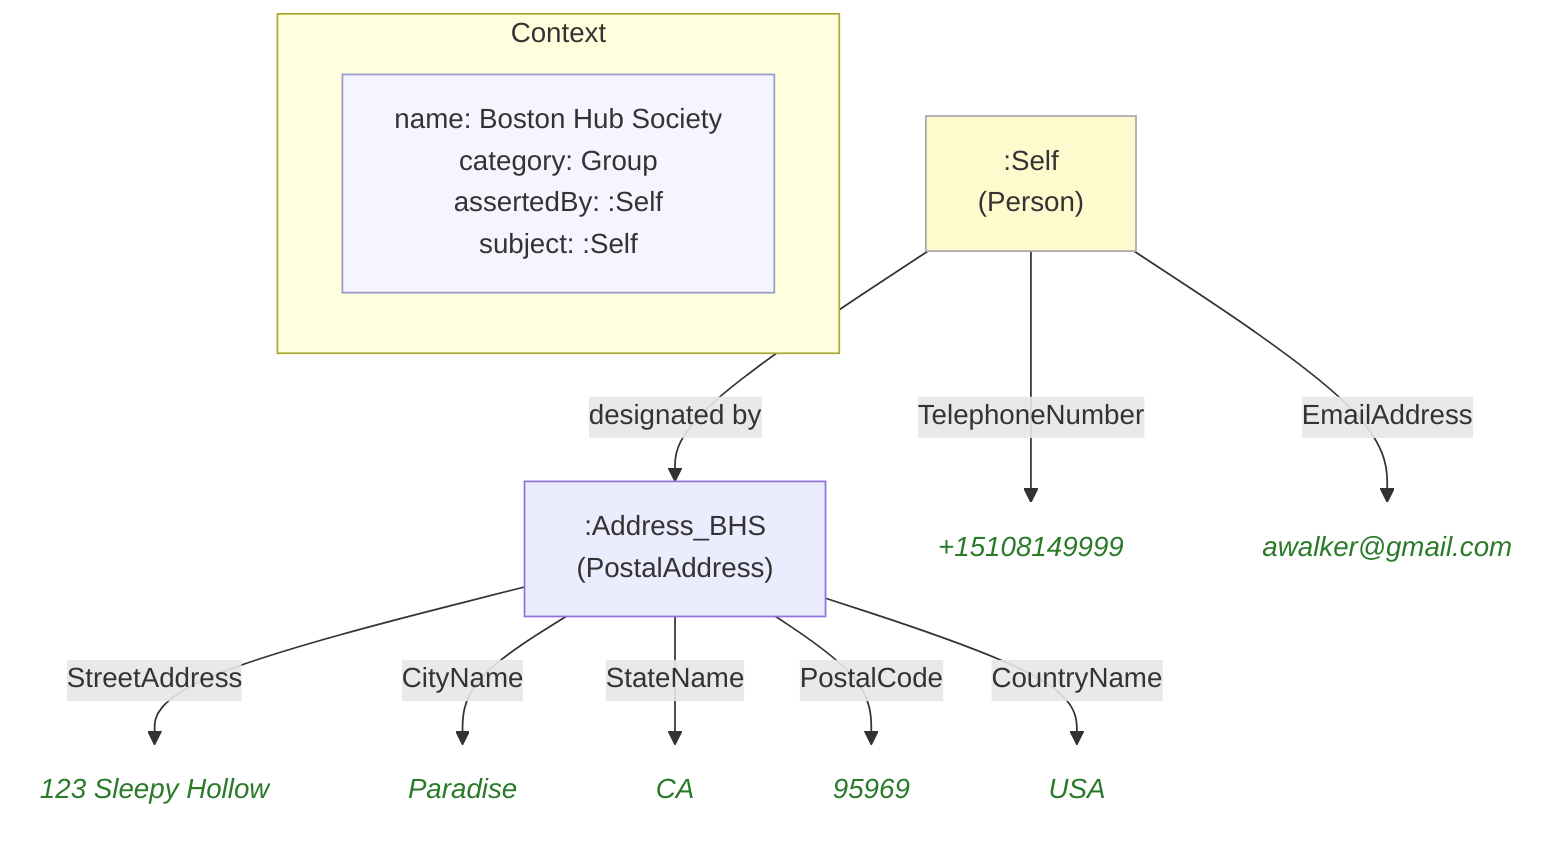
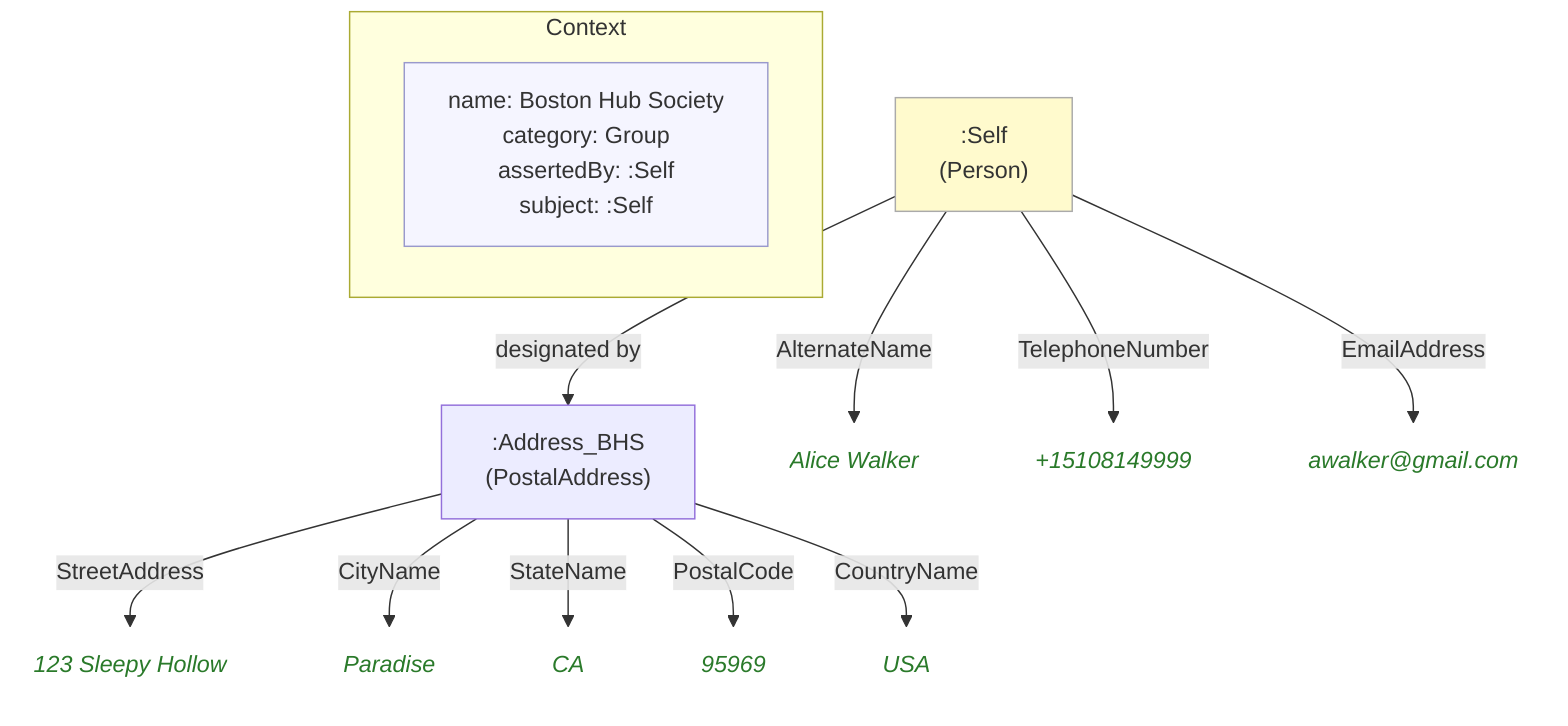
%% ContextCategory: context:Group
flowchart TD
    classDef person fill:#fffacd,stroke:#aaa,color:#333
    classDef grp    fill:#d4edda,stroke:#aaa,color:#333
    classDef org    fill:#cce5ff,stroke:#aaa,color:#333
    classDef lit    fill:none,stroke:none,font-style:italic,color:#2a7a2a
    classDef meta   fill:#f5f5ff,stroke:#9999cc,color:#333

    subgraph ctx["Context"]
        direction LR
        ctx_meta["name: Boston Hub Society\ncategory: Group\nassertedBy: :Self\nsubject: :Self"]:::meta
    end

    nbb363374209c[":Address_BHS\n(PostalAddress)"]
-     nbf736c769407("123 Sleepy Hollow"):::lit
-     n132d3da60468("Paradise"):::lit
-     n9def419512cd("CA"):::lit
-     n6bfe59c156bc("95969"):::lit
-     nf5717395a543("USA"):::lit
+     n9a8407384b38("123 Sleepy Hollow"):::lit
+     n8e9fb43a082a("Paradise"):::lit
+     n6ef2b8b91190("CA"):::lit
+     n7258f63daee7("95969"):::lit
+     n53b58b8eecd8("USA"):::lit
    ne0c3ba92f1db[":Self\n(Person)"]:::person
-     ne7aa6e4767cd("+15108149999"):::lit
-     nb7fc7c381aa6("awalker@gmail.com"):::lit
+     n8c37b8ddbd90("Alice Walker"):::lit
+     nd3465121de0d("+15108149999"):::lit
+     n9fa144afec06("awalker@gmail.com"):::lit

-     nbb363374209c -->|"StreetAddress"| nbf736c769407
-     nbb363374209c -->|"CityName"| n132d3da60468
-     nbb363374209c -->|"StateName"| n9def419512cd
-     nbb363374209c -->|"PostalCode"| n6bfe59c156bc
-     nbb363374209c -->|"CountryName"| nf5717395a543
+     nbb363374209c -->|"StreetAddress"| n9a8407384b38
+     nbb363374209c -->|"CityName"| n8e9fb43a082a
+     nbb363374209c -->|"StateName"| n6ef2b8b91190
+     nbb363374209c -->|"PostalCode"| n7258f63daee7
+     nbb363374209c -->|"CountryName"| n53b58b8eecd8
+     ne0c3ba92f1db -->|"AlternateName"| n8c37b8ddbd90
    ne0c3ba92f1db -->|"designated by"| nbb363374209c
-     ne0c3ba92f1db -->|"TelephoneNumber"| ne7aa6e4767cd
-     ne0c3ba92f1db -->|"EmailAddress"| nb7fc7c381aa6
+     ne0c3ba92f1db -->|"TelephoneNumber"| nd3465121de0d
+     ne0c3ba92f1db -->|"EmailAddress"| n9fa144afec06
